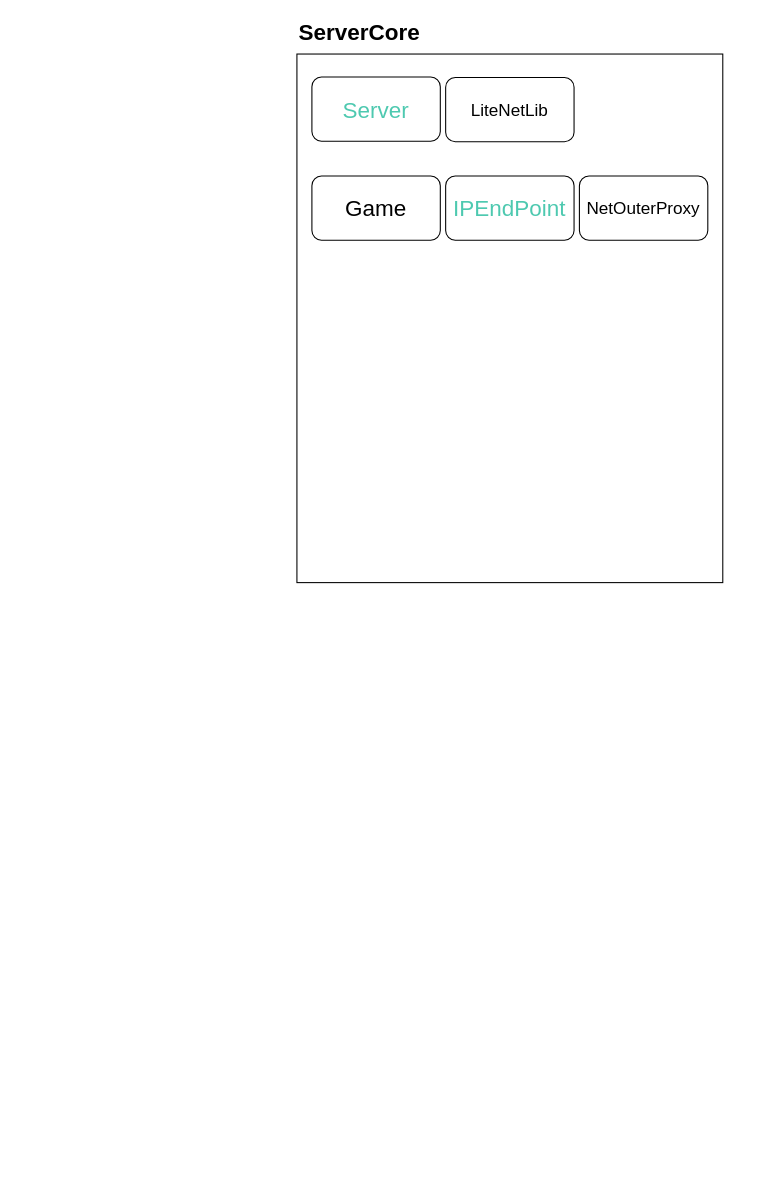
This is Doc/Project.drawio from BUGyyc/LSGameCore, a draw.io file, before an edit. Source tidied: cells renumbered, new cells numbered last; positions are measured from the earlier drawing's top-left corner, leaving out a move shared by most shapes. Both pictures are drawn from the tidied source at 107%, with x=0, y=0 at pixel (296, 20).
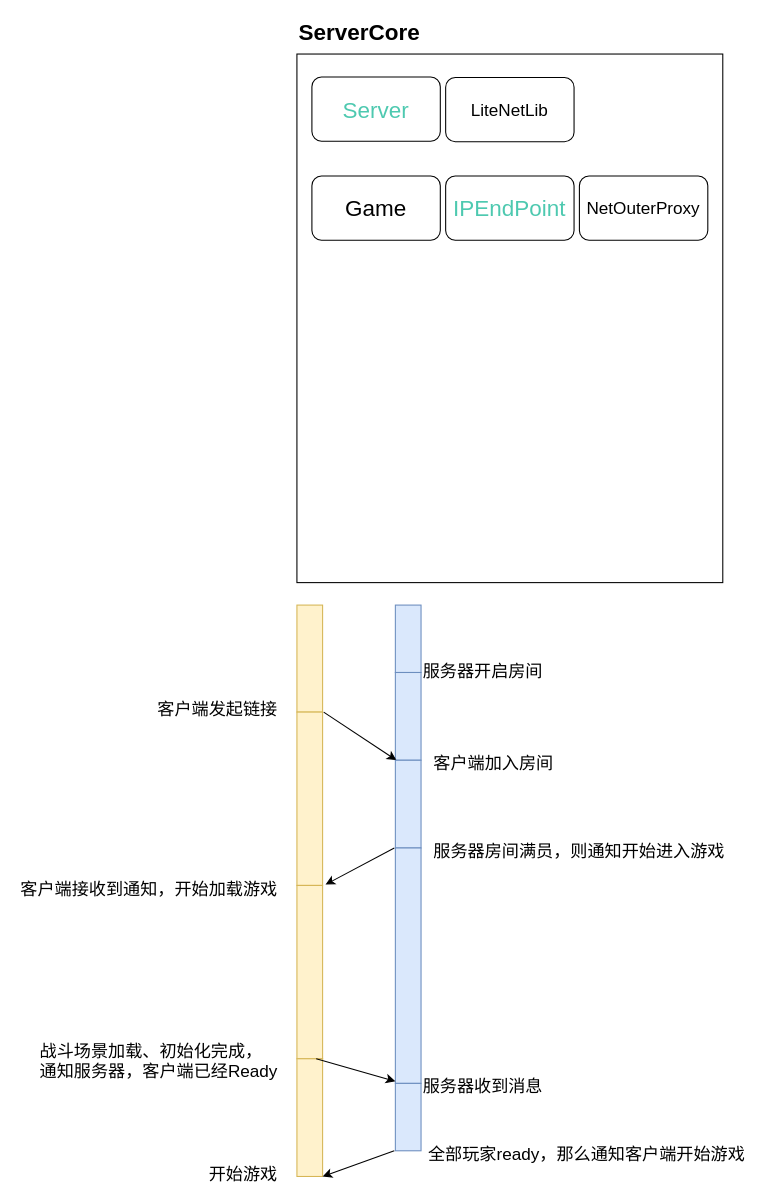
After the change.

Change to the diagram source:
```diff
@@
+    <mxCell id="9" style="rounded=0;whiteSpace=wrap;html=1;fontSize=16;fillColor=#fff2cc;strokeColor=#d6b656;" parent="1" vertex="1">
+      <mxGeometry y="546" width="24" height="100" as="geometry" />
+    </mxCell>
+    <mxCell id="10" style="rounded=0;whiteSpace=wrap;html=1;fontSize=16;fillColor=#dae8fc;strokeColor=#6c8ebf;" parent="1" vertex="1">
+      <mxGeometry x="92" y="546" width="24" height="63" as="geometry" />
+    </mxCell>
+    <mxCell id="11" value="服务器开启房间" style="text;html=1;align=left;verticalAlign=top;spacingTop=-4;fontSize=16;fontColor=#000000;" parent="1" vertex="1">
+      <mxGeometry x="116" y="596" width="122" height="19" as="geometry" />
+    </mxCell>
+    <mxCell id="12" style="rounded=0;whiteSpace=wrap;html=1;fontSize=16;fillColor=#dae8fc;strokeColor=#6c8ebf;" parent="1" vertex="1">
+      <mxGeometry x="92" y="609" width="24" height="82" as="geometry" />
+    </mxCell>
+    <mxCell id="13" value="客户端发起链接&lt;br&gt;" style="text;html=1;align=left;verticalAlign=top;spacingTop=-4;fontSize=16;fontColor=#000000;" parent="1" vertex="1">
+      <mxGeometry x="-132" y="631" width="122" height="19" as="geometry" />
+    </mxCell>
+    <mxCell id="14" style="endArrow=classic;html=1;fontSize=16;fontColor=#000000;entryX=0.042;entryY=0;entryDx=0;entryDy=0;entryPerimeter=0;" parent="1" edge="1" target="16">
+      <mxGeometry relative="1" as="geometry">
+        <mxPoint x="25" y="646" as="sourcePoint" />
+      </mxGeometry>
+    </mxCell>
+    <mxCell id="15" value="客户端加入房间" style="text;html=1;align=left;verticalAlign=top;spacingTop=-4;fontSize=16;fontColor=#000000;" parent="1" vertex="1">
+      <mxGeometry x="126" y="681.5" width="122" height="19" as="geometry" />
+    </mxCell>
+    <mxCell id="16" style="rounded=0;whiteSpace=wrap;html=1;fontSize=16;fillColor=#dae8fc;strokeColor=#6c8ebf;" parent="1" vertex="1">
+      <mxGeometry x="92" y="691" width="24" height="82" as="geometry" />
+    </mxCell>
+    <mxCell id="17" value="服务器房间满员，则通知开始进入游戏" style="text;html=1;align=left;verticalAlign=top;spacingTop=-4;fontSize=16;fontColor=#000000;" parent="1" vertex="1">
+      <mxGeometry x="126" y="763.5" width="282" height="19" as="geometry" />
+    </mxCell>
+    <mxCell id="18" style="rounded=0;whiteSpace=wrap;html=1;fontSize=16;fillColor=#fff2cc;strokeColor=#d6b656;" parent="1" vertex="1">
+      <mxGeometry y="646" width="24" height="162" as="geometry" />
+    </mxCell>
+    <mxCell id="19" style="endArrow=classic;html=1;fontSize=16;fontColor=#000000;entryX=1.112;entryY=0.995;entryDx=0;entryDy=0;entryPerimeter=0;" parent="1" edge="1" target="18">
+      <mxGeometry relative="1" as="geometry">
+        <mxPoint x="91" y="773" as="sourcePoint" />
+      </mxGeometry>
+    </mxCell>
+    <mxCell id="20" value="客户端接收到通知，开始加载游戏" style="text;html=1;align=left;verticalAlign=top;spacingTop=-4;fontSize=16;fontColor=#000000;" parent="1" vertex="1">
+      <mxGeometry x="-260" y="798.5" width="250" height="19" as="geometry" />
+    </mxCell>
+    <mxCell id="21" style="rounded=0;whiteSpace=wrap;html=1;fontSize=16;fillColor=#fff2cc;strokeColor=#d6b656;" parent="1" vertex="1">
+      <mxGeometry y="808" width="24" height="162" as="geometry" />
+    </mxCell>
+    <mxCell id="22" value="战斗场景加载、初始化完成，&lt;br&gt;通知服务器，客户端已经Ready" style="text;html=1;align=left;verticalAlign=top;spacingTop=-4;fontSize=16;fontColor=#000000;" parent="1" vertex="1">
+      <mxGeometry x="-242" y="951" width="232" height="38" as="geometry" />
+    </mxCell>
+    <mxCell id="23" style="rounded=0;whiteSpace=wrap;html=1;fontSize=16;fillColor=#fff2cc;strokeColor=#d6b656;" parent="1" vertex="1">
+      <mxGeometry y="970" width="24" height="110" as="geometry" />
+    </mxCell>
+    <mxCell id="24" style="rounded=0;whiteSpace=wrap;html=1;fontSize=16;fillColor=#dae8fc;strokeColor=#6c8ebf;" parent="1" vertex="1">
+      <mxGeometry x="92" y="773" width="24" height="220" as="geometry" />
+    </mxCell>
+    <mxCell id="25" style="endArrow=classic;html=1;fontSize=16;fontColor=#000000;exitX=0.75;exitY=0;exitDx=0;exitDy=0;entryX=0;entryY=0.991;entryDx=0;entryDy=0;entryPerimeter=0;" parent="1" edge="1" source="23" target="24">
+      <mxGeometry relative="1" as="geometry" />
+    </mxCell>
+    <mxCell id="26" style="rounded=0;whiteSpace=wrap;html=1;fontSize=16;fillColor=#dae8fc;strokeColor=#6c8ebf;" parent="1" vertex="1">
+      <mxGeometry x="92" y="993" width="24" height="63" as="geometry" />
+    </mxCell>
+    <mxCell id="27" style="endArrow=classic;html=1;fontSize=16;fontColor=#000000;entryX=1;entryY=1;entryDx=0;entryDy=0;entryPerimeter=0;" parent="1" edge="1" target="23">
+      <mxGeometry relative="1" as="geometry">
+        <mxPoint x="91" y="1056" as="sourcePoint" />
+      </mxGeometry>
+    </mxCell>
+    <mxCell id="28" value="服务器收到消息" style="text;html=1;align=left;verticalAlign=top;spacingTop=-4;fontSize=16;fontColor=#000000;" parent="1" vertex="1">
+      <mxGeometry x="116" y="983.5" width="122" height="19" as="geometry" />
+    </mxCell>
+    <mxCell id="29" value="全部玩家ready，那么通知客户端开始游戏" style="text;html=1;align=left;verticalAlign=top;spacingTop=-4;fontSize=16;fontColor=#000000;" parent="1" vertex="1">
+      <mxGeometry x="121" y="1046.5" width="306" height="19" as="geometry" />
+    </mxCell>
+    <mxCell id="30" value="开始游戏" style="text;html=1;align=left;verticalAlign=top;spacingTop=-4;fontSize=16;fontColor=#000000;" parent="1" vertex="1">
+      <mxGeometry x="-84" y="1065.5" width="74" height="19" as="geometry" />
+    </mxCell>
```
